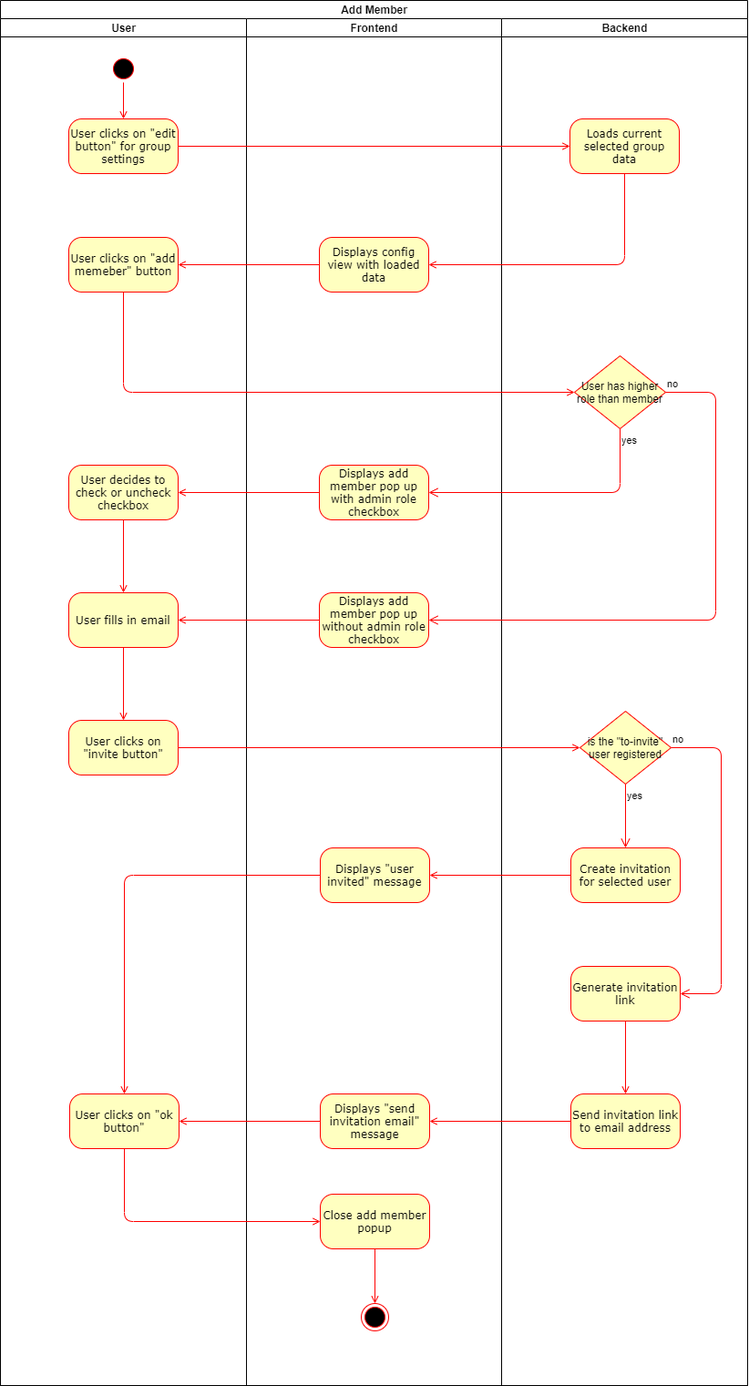
placetobeer/documentation keeps this draw.io diagram as use_cases/manage_group/add_member.png. Above is the earlier version. Source tidied: cells renumbered, new cells last; positions are measured from the earlier drawing's top-left corner, leaving out a move shared by most shapes.
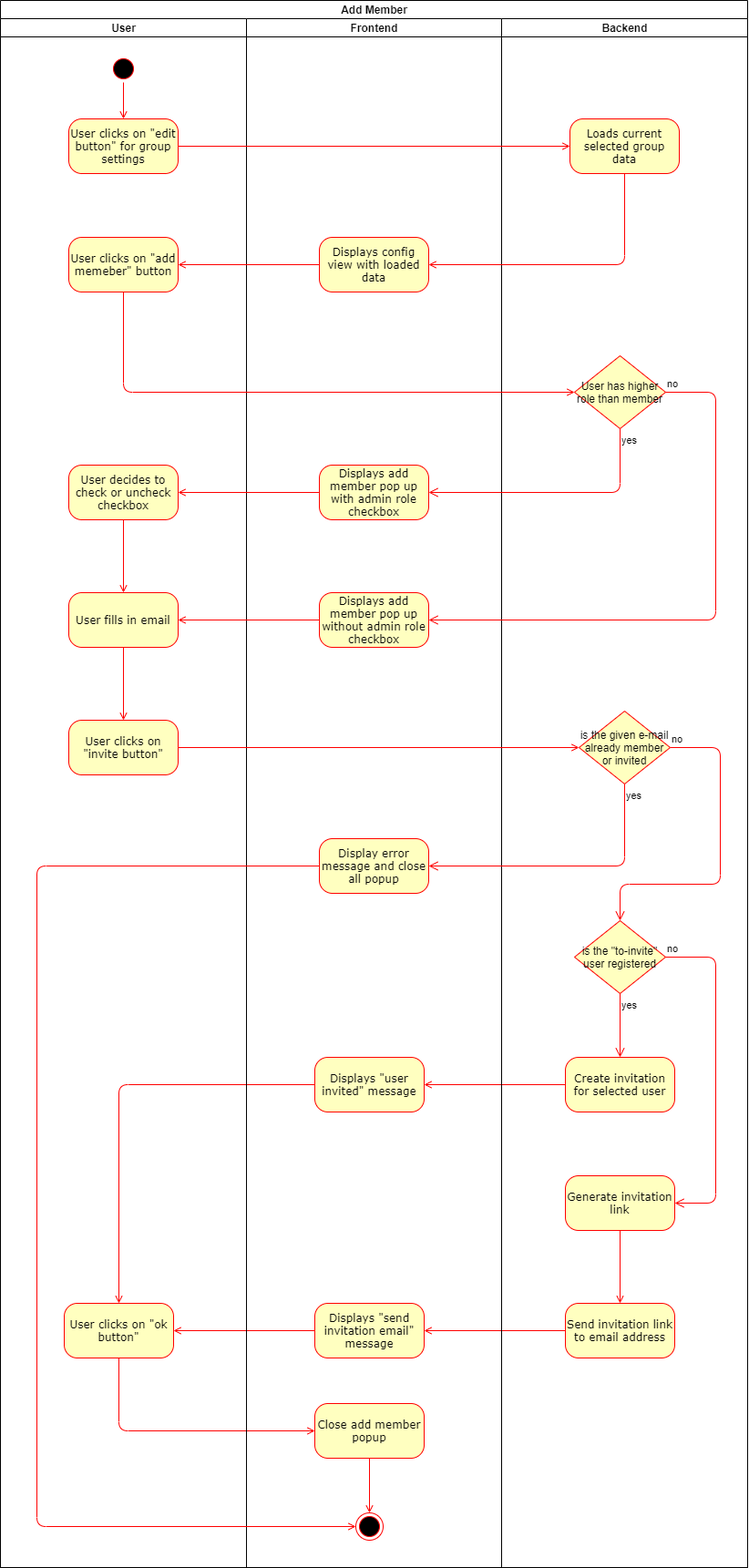
After the commit.

Change to the diagram source:
```diff
@@ -3,10 +3,10 @@
     <mxCell id="0" />
     <mxCell id="1" parent="0" />
     <mxCell id="2" value="Add Member" style="swimlane;html=1;startSize=20;" parent="1" vertex="1">
-      <mxGeometry width="820" height="1520" as="geometry" />
+      <mxGeometry width="820" height="1720" as="geometry" />
     </mxCell>
     <mxCell id="3" value="User" style="swimlane;html=1;startSize=20;" parent="2" vertex="1">
-      <mxGeometry y="20" width="270" height="1500" as="geometry" />
+      <mxGeometry y="20" width="270" height="1700" as="geometry" />
     </mxCell>
     <mxCell id="4" style="edgeStyle=orthogonalEdgeStyle;rounded=1;jettySize=auto;html=1;exitX=1;exitY=0.5;exitDx=0;exitDy=0;entryX=0.5;entryY=0;entryDx=0;entryDy=0;strokeColor=#FF0000;endArrow=open;endFill=0;strokeWidth=1;" parent="3" edge="1" source="5" target="6">
       <mxGeometry relative="1" as="geometry" />
@@ -21,7 +21,7 @@
       <mxGeometry x="75" y="240" width="120" height="60" as="geometry" />
     </mxCell>
     <mxCell id="8" value="User clicks on &quot;ok button&quot;" style="rounded=1;whiteSpace=wrap;html=1;arcSize=24;fillColor=#ffffc0;strokeColor=#ff0000;shadow=0;comic=0;labelBackgroundColor=none;fontFamily=Verdana;fontSize=12;fontColor=#000000;align=center;" parent="3" vertex="1">
-      <mxGeometry x="76" y="1180" width="120" height="60" as="geometry" />
+      <mxGeometry x="70" y="1410" width="120" height="60" as="geometry" />
     </mxCell>
     <mxCell id="9" style="edgeStyle=orthogonalEdgeStyle;rounded=1;jettySize=auto;html=1;exitX=0.5;exitY=1;exitDx=0;exitDy=0;entryX=0.5;entryY=0;entryDx=0;entryDy=0;endArrow=open;endFill=0;strokeColor=#FF0000;" parent="3" edge="1" source="10" target="12">
       <mxGeometry relative="1" as="geometry" />
@@ -38,26 +38,41 @@
     <mxCell id="13" value="User clicks on &quot;invite button&quot;" style="rounded=1;whiteSpace=wrap;html=1;arcSize=24;fillColor=#ffffc0;strokeColor=#ff0000;shadow=0;comic=0;labelBackgroundColor=none;fontFamily=Verdana;fontSize=12;fontColor=#000000;align=center;" parent="3" vertex="1">
       <mxGeometry x="75" y="770" width="120" height="60" as="geometry" />
     </mxCell>
+    <mxCell id="41" style="edgeStyle=orthogonalEdgeStyle;rounded=1;jettySize=auto;html=1;exitX=0;exitY=0.5;exitDx=0;exitDy=0;entryX=1;entryY=0.5;entryDx=0;entryDy=0;endArrow=open;endFill=0;strokeColor=#FF0000;strokeWidth=1;" parent="2" edge="1" source="28" target="16">
+      <mxGeometry relative="1" as="geometry" />
+    </mxCell>
+    <mxCell id="42" style="edgeStyle=orthogonalEdgeStyle;rounded=1;jettySize=auto;html=1;exitX=0;exitY=0.5;exitDx=0;exitDy=0;entryX=1;entryY=0.5;entryDx=0;entryDy=0;endArrow=open;endFill=0;strokeColor=#FF0000;strokeWidth=1;" parent="2" edge="1" source="31" target="17">
+      <mxGeometry relative="1" as="geometry" />
+    </mxCell>
+    <mxCell id="43" style="edgeStyle=orthogonalEdgeStyle;rounded=1;jettySize=auto;html=1;exitX=0;exitY=0.5;exitDx=0;exitDy=0;entryX=0.5;entryY=0;entryDx=0;entryDy=0;endArrow=open;endFill=0;strokeColor=#FF0000;strokeWidth=1;" parent="2" edge="1" source="16" target="8">
+      <mxGeometry relative="1" as="geometry" />
+    </mxCell>
+    <mxCell id="44" style="edgeStyle=orthogonalEdgeStyle;rounded=1;jettySize=auto;html=1;exitX=0;exitY=0.5;exitDx=0;exitDy=0;entryX=1;entryY=0.5;entryDx=0;entryDy=0;endArrow=open;endFill=0;strokeColor=#FF0000;strokeWidth=1;" parent="2" edge="1" source="17" target="8">
+      <mxGeometry relative="1" as="geometry" />
+    </mxCell>
+    <mxCell id="45" style="edgeStyle=orthogonalEdgeStyle;rounded=1;jettySize=auto;html=1;exitX=0.5;exitY=1;exitDx=0;exitDy=0;entryX=0;entryY=0.5;entryDx=0;entryDy=0;endArrow=open;endFill=0;strokeColor=#FF0000;strokeWidth=1;" parent="2" edge="1" source="8" target="19">
+      <mxGeometry relative="1" as="geometry" />
+    </mxCell>
     <mxCell id="14" value="Frontend" style="swimlane;html=1;startSize=20;" parent="2" vertex="1">
-      <mxGeometry x="270" y="20" width="280" height="1500" as="geometry" />
+      <mxGeometry x="270" y="20" width="280" height="1700" as="geometry" />
     </mxCell>
     <mxCell id="15" value="Displays config view with loaded data" style="rounded=1;whiteSpace=wrap;html=1;arcSize=24;fillColor=#ffffc0;strokeColor=#ff0000;shadow=0;comic=0;labelBackgroundColor=none;fontFamily=Verdana;fontSize=12;fontColor=#000000;align=center;" parent="14" vertex="1">
       <mxGeometry x="80" y="240" width="120" height="60" as="geometry" />
     </mxCell>
     <mxCell id="16" value="Displays &quot;user invited&quot; message" style="rounded=1;whiteSpace=wrap;html=1;arcSize=24;fillColor=#ffffc0;strokeColor=#ff0000;shadow=0;comic=0;labelBackgroundColor=none;fontFamily=Verdana;fontSize=12;fontColor=#000000;align=center;" parent="14" vertex="1">
-      <mxGeometry x="81" y="910" width="120" height="60" as="geometry" />
+      <mxGeometry x="75" y="1140" width="120" height="60" as="geometry" />
     </mxCell>
     <mxCell id="17" value="Displays &quot;send invitation email&quot; message" style="rounded=1;whiteSpace=wrap;html=1;arcSize=24;fillColor=#ffffc0;strokeColor=#ff0000;shadow=0;comic=0;labelBackgroundColor=none;fontFamily=Verdana;fontSize=12;fontColor=#000000;align=center;" parent="14" vertex="1">
-      <mxGeometry x="81" y="1180" width="120" height="60" as="geometry" />
+      <mxGeometry x="75" y="1410" width="120" height="60" as="geometry" />
     </mxCell>
     <mxCell id="18" style="edgeStyle=orthogonalEdgeStyle;rounded=1;jettySize=auto;html=1;exitX=0.5;exitY=1;exitDx=0;exitDy=0;entryX=0.5;entryY=0;entryDx=0;entryDy=0;endArrow=open;endFill=0;strokeColor=#FF0000;strokeWidth=1;" parent="14" edge="1" source="19" target="20">
       <mxGeometry relative="1" as="geometry" />
     </mxCell>
     <mxCell id="19" value="Close add member popup" style="rounded=1;whiteSpace=wrap;html=1;arcSize=24;fillColor=#ffffc0;strokeColor=#ff0000;shadow=0;comic=0;labelBackgroundColor=none;fontFamily=Verdana;fontSize=12;fontColor=#000000;align=center;" parent="14" vertex="1">
-      <mxGeometry x="81" y="1290" width="120" height="60" as="geometry" />
+      <mxGeometry x="75" y="1520" width="120" height="60" as="geometry" />
     </mxCell>
     <mxCell id="20" style="ellipse;html=1;shape=endState;fillColor=#000000;strokeColor=#ff0000;rounded=1;shadow=0;comic=0;labelBackgroundColor=none;fontFamily=Verdana;fontSize=12;fontColor=#000000;align=center;" parent="14" vertex="1">
-      <mxGeometry x="126" y="1410" width="30" height="30" as="geometry" />
+      <mxGeometry x="120" y="1640" width="30" height="30" as="geometry" />
     </mxCell>
     <mxCell id="21" value="Displays add member pop up with admin role checkbox" style="rounded=1;whiteSpace=wrap;html=1;arcSize=24;fillColor=#ffffc0;strokeColor=#ff0000;shadow=0;comic=0;labelBackgroundColor=none;fontFamily=Verdana;fontSize=12;fontColor=#000000;align=center;" parent="14" vertex="1">
       <mxGeometry x="80" y="490" width="120" height="60" as="geometry" />
@@ -65,20 +80,32 @@
     <mxCell id="22" value="Displays add member pop up without admin role checkbox" style="rounded=1;whiteSpace=wrap;html=1;arcSize=24;fillColor=#ffffc0;strokeColor=#ff0000;shadow=0;comic=0;labelBackgroundColor=none;fontFamily=Verdana;fontSize=12;fontColor=#000000;align=center;" parent="14" vertex="1">
       <mxGeometry x="80" y="630" width="120" height="60" as="geometry" />
     </mxCell>
+    <mxCell id="47" style="edgeStyle=orthogonalEdgeStyle;rounded=1;jettySize=auto;html=1;exitX=0;exitY=0.5;exitDx=0;exitDy=0;endArrow=open;endFill=0;strokeColor=#FF0000;" parent="14" edge="1" source="48">
+      <mxGeometry relative="1" as="geometry">
+        <mxPoint x="120" y="1655" as="targetPoint" />
+        <Array as="points">
+          <mxPoint x="-230" y="930" />
+          <mxPoint x="-230" y="1655" />
+        </Array>
+      </mxGeometry>
+    </mxCell>
+    <mxCell id="48" value="Display error message and close all popup" style="rounded=1;whiteSpace=wrap;html=1;arcSize=24;fillColor=#ffffc0;strokeColor=#ff0000;shadow=0;comic=0;labelBackgroundColor=none;fontFamily=Verdana;fontSize=12;fontColor=#000000;align=center;" parent="14" vertex="1">
+      <mxGeometry x="80" y="900" width="120" height="60" as="geometry" />
+    </mxCell>
     <mxCell id="23" value="Backend" style="swimlane;html=1;startSize=20;" parent="2" vertex="1">
-      <mxGeometry x="550" y="20" width="270" height="1500" as="geometry" />
+      <mxGeometry x="550" y="20" width="270" height="1700" as="geometry" />
     </mxCell>
     <mxCell id="24" value="Loads current selected group data" style="rounded=1;whiteSpace=wrap;html=1;arcSize=24;fillColor=#ffffc0;strokeColor=#ff0000;shadow=0;comic=0;labelBackgroundColor=none;fontFamily=Verdana;fontSize=12;fontColor=#000000;align=center;" parent="23" vertex="1">
       <mxGeometry x="75" y="110" width="120" height="60" as="geometry" />
     </mxCell>
     <mxCell id="25" value="is the &quot;to-invite&quot; user registered" style="rhombus;whiteSpace=wrap;html=1;fillColor=#ffffc0;strokeColor=#ff0000;" parent="23" vertex="1">
-      <mxGeometry x="86" y="760" width="100" height="80" as="geometry" />
+      <mxGeometry x="80" y="990" width="100" height="80" as="geometry" />
     </mxCell>
     <mxCell id="26" value="no" style="edgeStyle=orthogonalEdgeStyle;html=1;align=left;verticalAlign=bottom;endArrow=open;endSize=8;strokeColor=#ff0000;entryX=1;entryY=0.5;entryDx=0;entryDy=0;exitX=1;exitY=0.5;exitDx=0;exitDy=0;" parent="23" edge="1" source="25" target="30">
       <mxGeometry x="-1" relative="1" as="geometry">
         <Array as="points">
-          <mxPoint x="241" y="800" />
-          <mxPoint x="241" y="1070" />
+          <mxPoint x="235" y="1030" />
+          <mxPoint x="235" y="1300" />
         </Array>
       </mxGeometry>
     </mxCell>
@@ -86,20 +113,32 @@
       <mxGeometry x="-1" relative="1" as="geometry" />
     </mxCell>
     <mxCell id="28" value="Create invitation for selected user" style="rounded=1;whiteSpace=wrap;html=1;arcSize=24;fillColor=#ffffc0;strokeColor=#ff0000;shadow=0;comic=0;labelBackgroundColor=none;fontFamily=Verdana;fontSize=12;fontColor=#000000;align=center;" parent="23" vertex="1">
-      <mxGeometry x="76" y="910" width="120" height="60" as="geometry" />
+      <mxGeometry x="70" y="1140" width="120" height="60" as="geometry" />
     </mxCell>
     <mxCell id="29" style="edgeStyle=orthogonalEdgeStyle;rounded=1;jettySize=auto;html=1;exitX=0.5;exitY=1;exitDx=0;exitDy=0;entryX=0.5;entryY=0;entryDx=0;entryDy=0;endArrow=open;endFill=0;strokeColor=#FF0000;strokeWidth=1;" parent="23" edge="1" source="30" target="31">
       <mxGeometry relative="1" as="geometry" />
     </mxCell>
     <mxCell id="30" value="Generate invitation link" style="rounded=1;whiteSpace=wrap;html=1;arcSize=24;fillColor=#ffffc0;strokeColor=#ff0000;shadow=0;comic=0;labelBackgroundColor=none;fontFamily=Verdana;fontSize=12;fontColor=#000000;align=center;" parent="23" vertex="1">
-      <mxGeometry x="76" y="1040" width="120" height="60" as="geometry" />
+      <mxGeometry x="70" y="1270" width="120" height="60" as="geometry" />
     </mxCell>
     <mxCell id="31" value="Send invitation link to email address" style="rounded=1;whiteSpace=wrap;html=1;arcSize=24;fillColor=#ffffc0;strokeColor=#ff0000;shadow=0;comic=0;labelBackgroundColor=none;fontFamily=Verdana;fontSize=12;fontColor=#000000;align=center;" parent="23" vertex="1">
-      <mxGeometry x="76" y="1180" width="120" height="60" as="geometry" />
+      <mxGeometry x="70" y="1410" width="120" height="60" as="geometry" />
     </mxCell>
     <mxCell id="32" value="User has higher role than member" style="rhombus;whiteSpace=wrap;html=1;fillColor=#ffffc0;strokeColor=#ff0000;" parent="23" vertex="1">
       <mxGeometry x="80" y="370" width="100" height="80" as="geometry" />
     </mxCell>
+    <mxCell id="49" value="is the given e-mail already member or invited" style="rhombus;whiteSpace=wrap;html=1;fillColor=#ffffc0;strokeColor=#ff0000;" parent="23" vertex="1">
+      <mxGeometry x="85" y="760" width="100" height="80" as="geometry" />
+    </mxCell>
+    <mxCell id="50" value="no" style="edgeStyle=orthogonalEdgeStyle;html=1;align=left;verticalAlign=bottom;endArrow=open;endSize=8;strokeColor=#ff0000;entryX=0.5;entryY=0;entryDx=0;entryDy=0;exitX=1;exitY=0.5;exitDx=0;exitDy=0;" parent="23" edge="1" source="49" target="25">
+      <mxGeometry x="-1" relative="1" as="geometry">
+        <Array as="points">
+          <mxPoint x="240" y="800" />
+          <mxPoint x="240" y="950" />
+          <mxPoint x="130" y="950" />
+        </Array>
+      </mxGeometry>
+    </mxCell>
     <mxCell id="33" style="edgeStyle=orthogonalEdgeStyle;rounded=1;jettySize=auto;html=1;exitX=1;exitY=0.5;exitDx=0;exitDy=0;entryX=0;entryY=0.5;entryDx=0;entryDy=0;endArrow=open;endFill=0;strokeColor=#FF0000;strokeWidth=1;" parent="2" edge="1" source="6" target="24">
       <mxGeometry relative="1" as="geometry" />
     </mxCell>
@@ -129,23 +168,15 @@
     <mxCell id="40" style="edgeStyle=orthogonalEdgeStyle;rounded=1;jettySize=auto;html=1;exitX=0;exitY=0.5;exitDx=0;exitDy=0;entryX=1;entryY=0.5;entryDx=0;entryDy=0;endArrow=open;endFill=0;strokeColor=#FF0000;" parent="2" edge="1" source="22" target="12">
       <mxGeometry relative="1" as="geometry" />
     </mxCell>
-    <mxCell id="41" style="edgeStyle=orthogonalEdgeStyle;rounded=1;jettySize=auto;html=1;exitX=0;exitY=0.5;exitDx=0;exitDy=0;entryX=1;entryY=0.5;entryDx=0;entryDy=0;endArrow=open;endFill=0;strokeColor=#FF0000;strokeWidth=1;" parent="2" edge="1" source="28" target="16">
-      <mxGeometry relative="1" as="geometry" />
-    </mxCell>
-    <mxCell id="42" style="edgeStyle=orthogonalEdgeStyle;rounded=1;jettySize=auto;html=1;exitX=0;exitY=0.5;exitDx=0;exitDy=0;entryX=1;entryY=0.5;entryDx=0;entryDy=0;endArrow=open;endFill=0;strokeColor=#FF0000;strokeWidth=1;" parent="2" edge="1" source="31" target="17">
-      <mxGeometry relative="1" as="geometry" />
-    </mxCell>
-    <mxCell id="43" style="edgeStyle=orthogonalEdgeStyle;rounded=1;jettySize=auto;html=1;exitX=0;exitY=0.5;exitDx=0;exitDy=0;entryX=0.5;entryY=0;entryDx=0;entryDy=0;endArrow=open;endFill=0;strokeColor=#FF0000;strokeWidth=1;" parent="2" edge="1" source="16" target="8">
-      <mxGeometry relative="1" as="geometry" />
-    </mxCell>
-    <mxCell id="44" style="edgeStyle=orthogonalEdgeStyle;rounded=1;jettySize=auto;html=1;exitX=0;exitY=0.5;exitDx=0;exitDy=0;entryX=1;entryY=0.5;entryDx=0;entryDy=0;endArrow=open;endFill=0;strokeColor=#FF0000;strokeWidth=1;" parent="2" edge="1" source="17" target="8">
-      <mxGeometry relative="1" as="geometry" />
-    </mxCell>
-    <mxCell id="45" style="edgeStyle=orthogonalEdgeStyle;rounded=1;jettySize=auto;html=1;exitX=0.5;exitY=1;exitDx=0;exitDy=0;entryX=0;entryY=0.5;entryDx=0;entryDy=0;endArrow=open;endFill=0;strokeColor=#FF0000;strokeWidth=1;" parent="2" edge="1" source="8" target="19">
-      <mxGeometry relative="1" as="geometry" />
-    </mxCell>
-    <mxCell id="46" style="edgeStyle=orthogonalEdgeStyle;rounded=1;jettySize=auto;html=1;exitX=1;exitY=0.5;exitDx=0;exitDy=0;entryX=0;entryY=0.5;entryDx=0;entryDy=0;endArrow=open;endFill=0;strokeColor=#FF0000;" parent="2" edge="1" source="13" target="25">
-      <mxGeometry relative="1" as="geometry" />
-    </mxCell>
+    <mxCell id="51" style="edgeStyle=orthogonalEdgeStyle;rounded=1;jettySize=auto;html=1;exitX=1;exitY=0.5;exitDx=0;exitDy=0;entryX=0;entryY=0.5;entryDx=0;entryDy=0;endArrow=open;endFill=0;strokeColor=#FF0000;" parent="2" edge="1" source="13" target="49">
+      <mxGeometry relative="1" as="geometry" />
+    </mxCell>
+    <mxCell id="52" value="yes" style="edgeStyle=orthogonalEdgeStyle;html=1;align=left;verticalAlign=top;endArrow=open;endSize=8;strokeColor=#ff0000;entryX=1;entryY=0.5;entryDx=0;entryDy=0;exitX=0.5;exitY=1;exitDx=0;exitDy=0;" parent="2" edge="1" source="49" target="48">
+      <mxGeometry x="-1" relative="1" as="geometry">
+        <Array as="points">
+          <mxPoint x="685" y="950" />
+        </Array>
+      </mxGeometry>
+    </mxCell>
   </root>
 </mxGraphModel>
```
